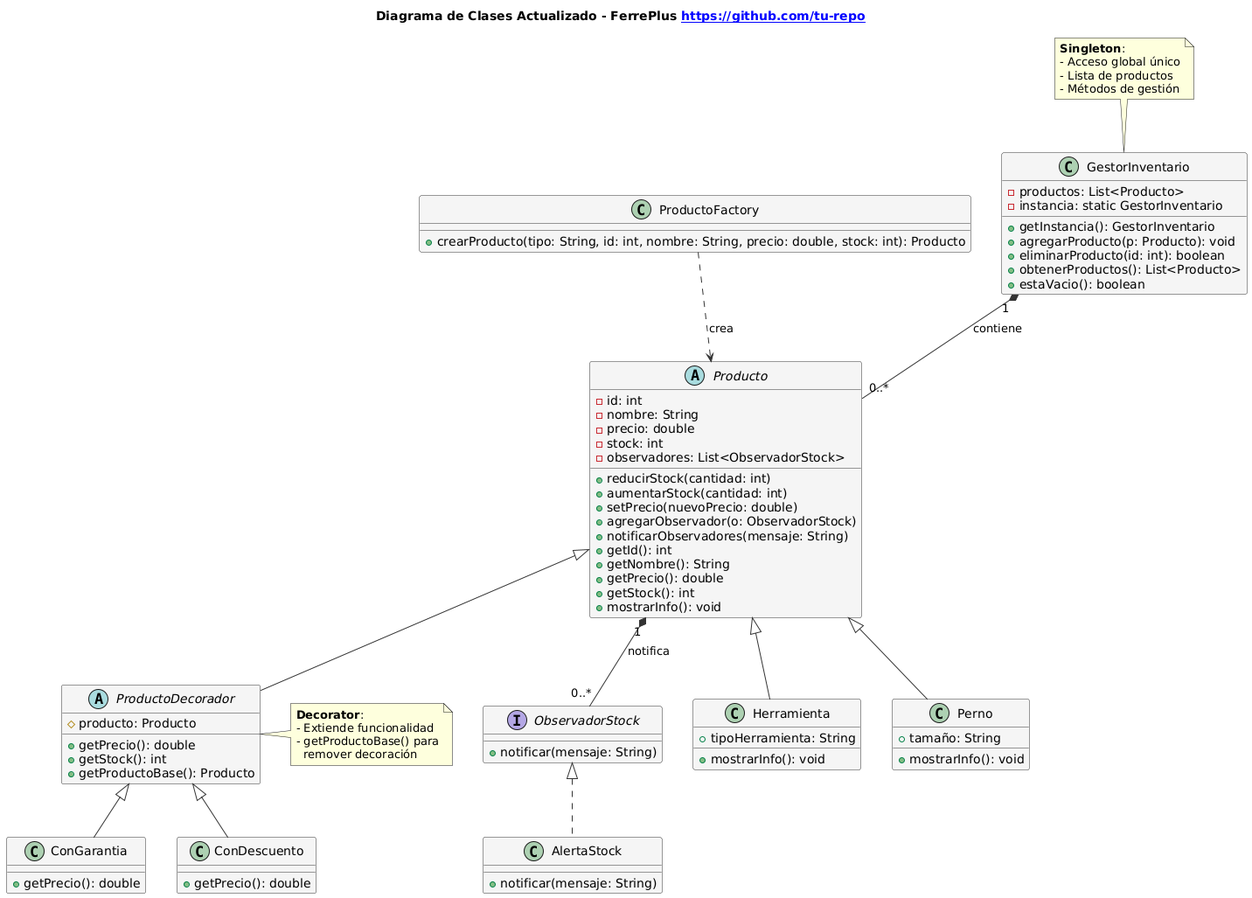
Above: Evaluacion3/img/diagrama_clase.png in LuchoJoestar/Patrones (PlantUML), before the change.
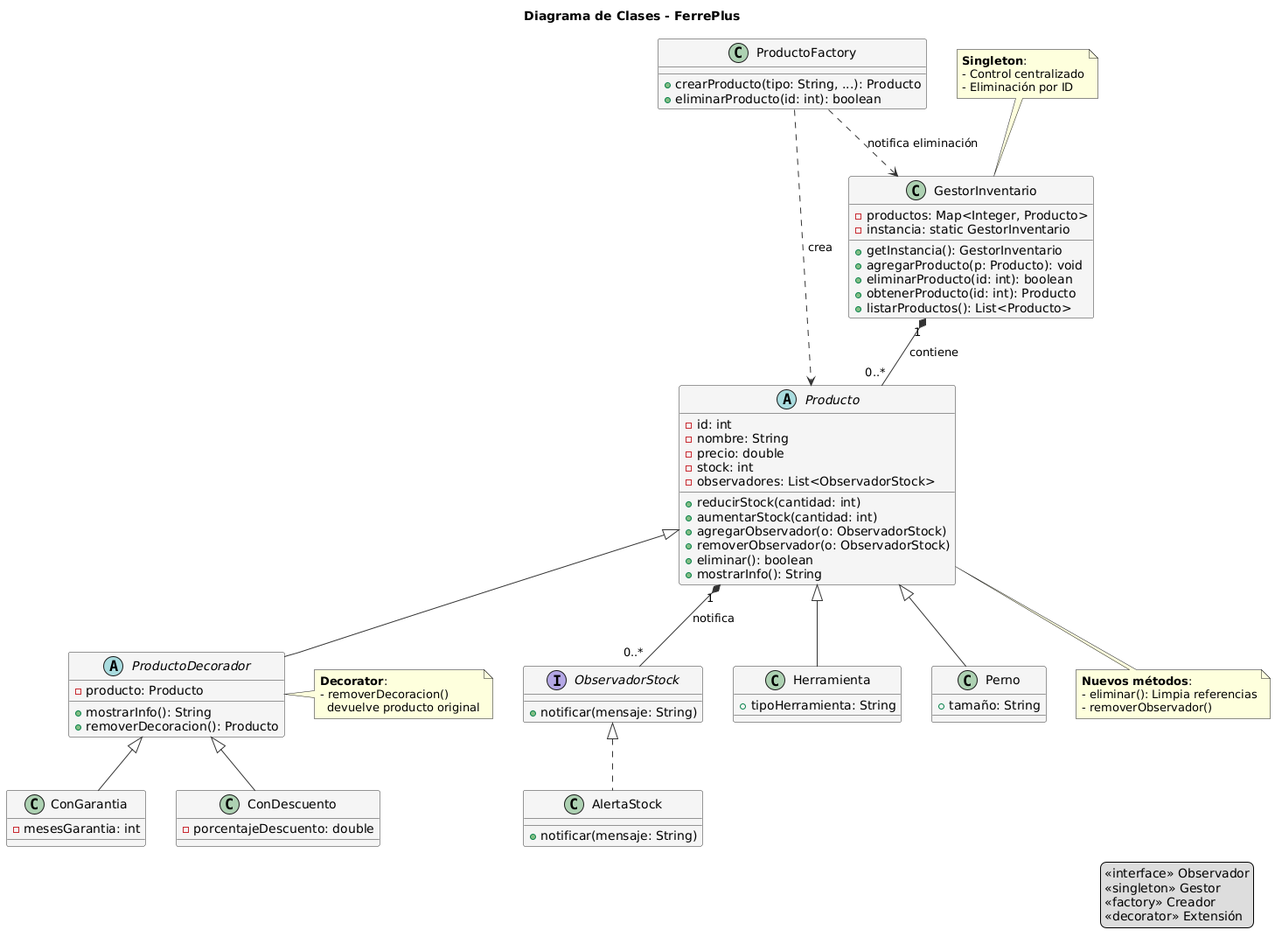
After the change.

Diff of the diagram source:
```diff
@@ -1,5 +1,5 @@
 @startuml
-title **Diagrama de Clases Actualizado - FerrePlus** [[https://github.com/tu-repo]]
+title **Diagrama de Clases - FerrePlus**
 
 skinparam {
     classBackgroundColor #F5F5F5
@@ -21,38 +21,33 @@
     - observadores: List<ObservadorStock>
     + reducirStock(cantidad: int)
     + aumentarStock(cantidad: int)
-    + setPrecio(nuevoPrecio: double)
     + agregarObservador(o: ObservadorStock)
-    + notificarObservadores(mensaje: String)
-    + getId(): int
-    + getNombre(): String
-    + getPrecio(): double
-    + getStock(): int
-    + mostrarInfo(): void
+    + removerObservador(o: ObservadorStock)
+    + eliminar(): boolean
+    + mostrarInfo(): String
 }
 
 class Herramienta {
     + tipoHerramienta: String
-    + mostrarInfo(): void
 }
 
 class Perno {
     + tamaño: String
-    + mostrarInfo(): void
 }
 
 class ProductoFactory {
-    + crearProducto(tipo: String, id: int, nombre: String, precio: double, stock: int): Producto
+    + crearProducto(tipo: String, ...): Producto
+    + eliminarProducto(id: int): boolean
 }
 
 class GestorInventario {
-    - productos: List<Producto>
+    - productos: Map<Integer, Producto>
     - instancia: static GestorInventario
     + getInstancia(): GestorInventario
     + agregarProducto(p: Producto): void
     + eliminarProducto(id: int): boolean
-    + obtenerProductos(): List<Producto>
-    + estaVacio(): boolean
+    + obtenerProducto(id: int): Producto
+    + listarProductos(): List<Producto>
 }
 
 class AlertaStock {
@@ -60,18 +55,17 @@
 }
 
 abstract class ProductoDecorador {
-    # producto: Producto
-    + getPrecio(): double
-    + getStock(): int
-    + getProductoBase(): Producto
+    - producto: Producto
+    + mostrarInfo(): String
+    + removerDecoracion(): Producto
 }
 
 class ConGarantia {
-    + getPrecio(): double
+    - mesesGarantia: int
 }
 
 class ConDescuento {
-    + getPrecio(): double
+    - porcentajeDescuento: double
 }
 
 Producto <|-- Herramienta
@@ -81,21 +75,33 @@
 ProductoDecorador <|-- ConDescuento
 
 ProductoFactory ..> Producto : «crea»
+ProductoFactory ..> GestorInventario : «notifica eliminación»
 GestorInventario "1" *-- "0..*" Producto : contiene
 Producto "1" *-- "0..*" ObservadorStock : notifica
 ObservadorStock <|.. AlertaStock
 
 note top of GestorInventario
   <b>Singleton</b>:
-  - Acceso global único
-  - Lista de productos
-  - Métodos de gestión
+  - Control centralizado
+  - Eliminación por ID
 end note
 
 note right of ProductoDecorador
   <b>Decorator</b>:
-  - Extiende funcionalidad
-  - getProductoBase() para
-    remover decoración
+  - removerDecoracion()
+    devuelve producto original
 end note
+
+note bottom of Producto
+  <b>Nuevos métodos</b>:
+  - eliminar(): Limpia referencias
+  - removerObservador()
+end note
+
+legend right
+  <<interface>> Observador
+  <<singleton>> Gestor
+  <<factory>> Creador
+  <<decorator>> Extensión
+end legend
 @enduml
```
